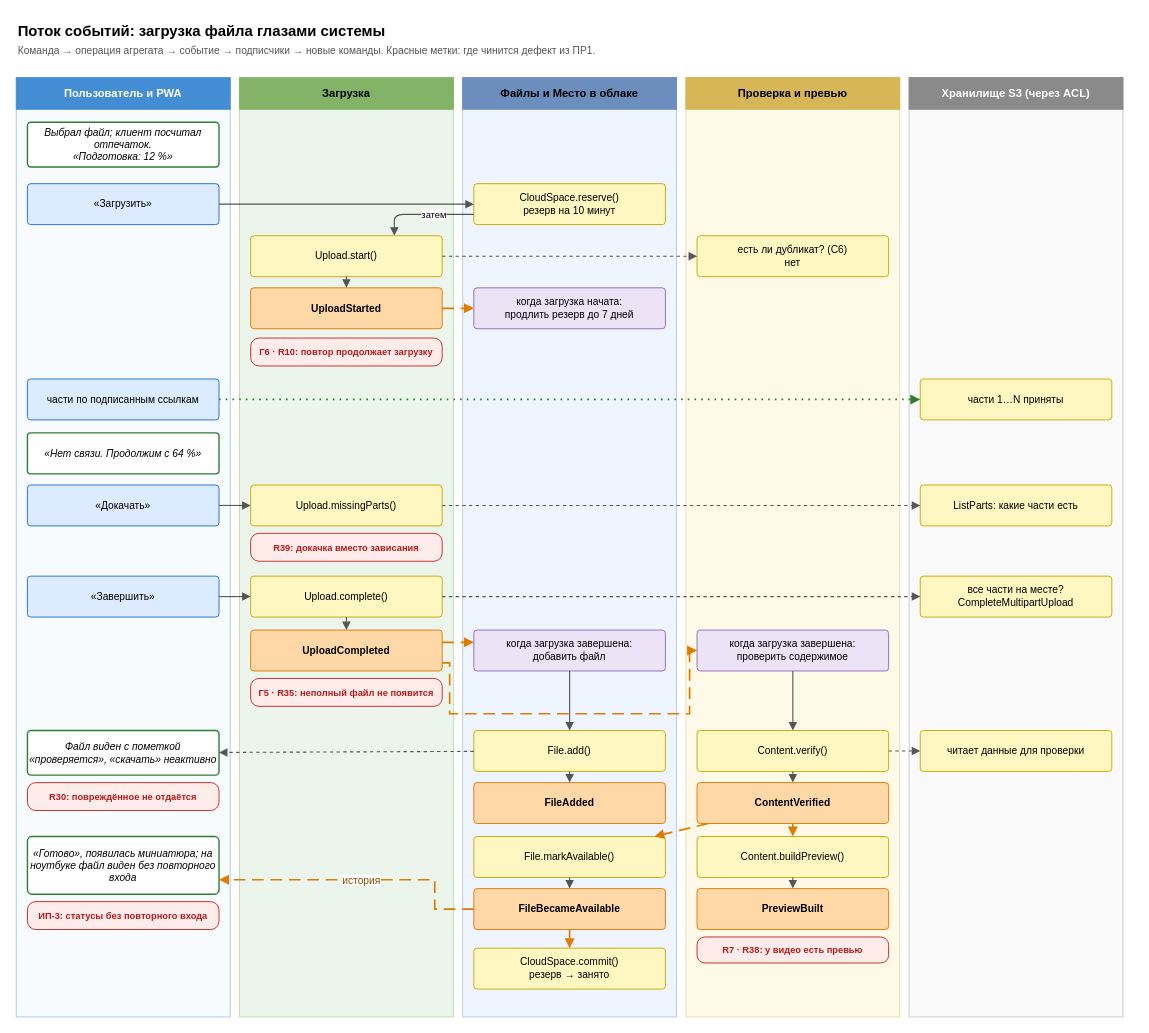
This is page "Поток событий: загрузка" (6 of 6) of docs/domain/ddd-model.drawio from NicolasRAA/minicloud, a draw.io file, before an edit. Source tidied: cells renumbered, new cells numbered last; positions are measured from the earlier drawing's top-left corner, leaving out a move shared by most shapes. Both pictures are drawn from the tidied source at 93%, with x=0, y=0 at pixel (16, 16).
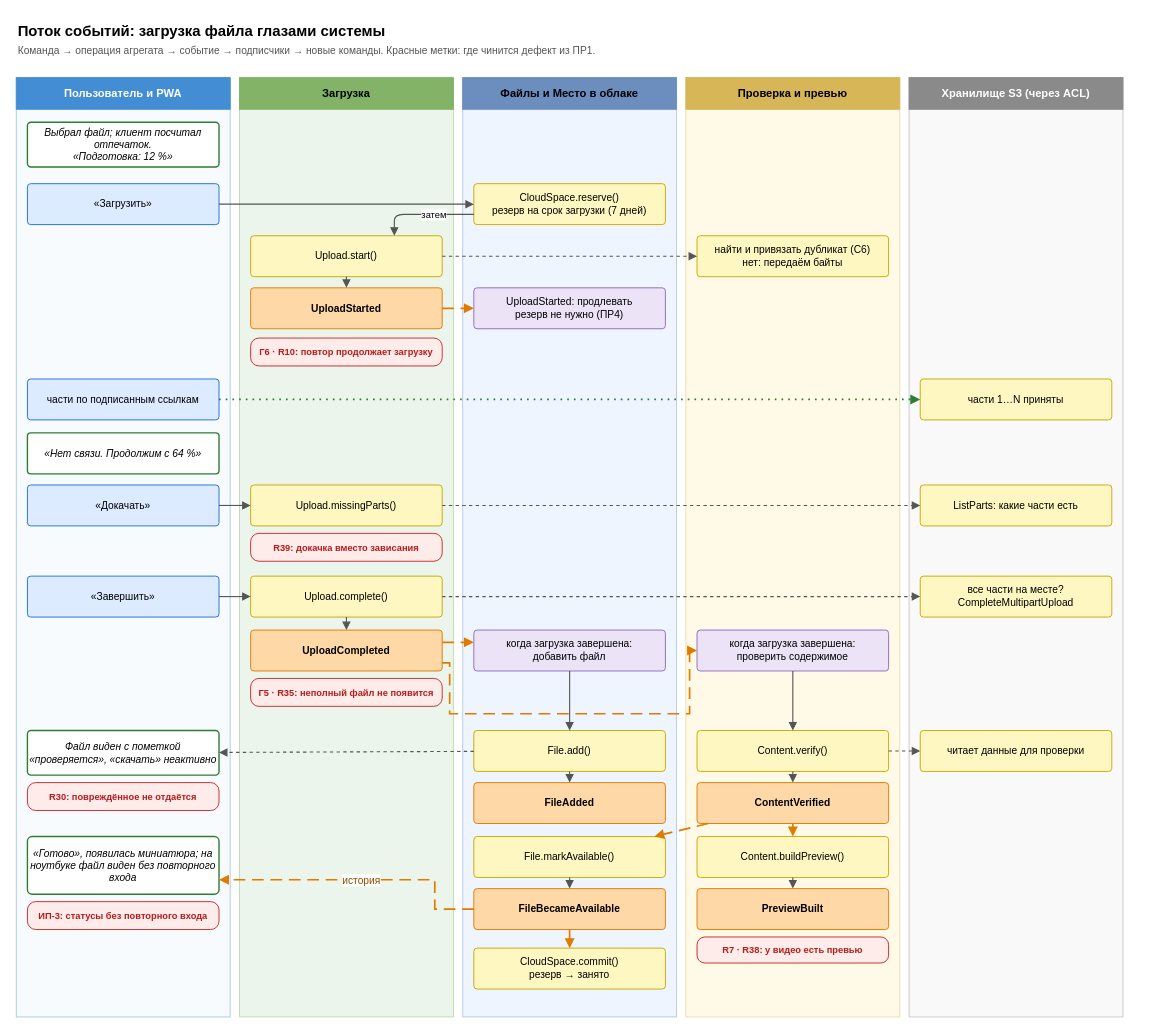
The same page after the edit.

Commit message (it also covers changes not shown here):
docs(domain): связь С6 стала командой «привязать дубликат»

Change to the diagram source:
```diff
@@
-    <mxCell id="16" value="CloudSpace.reserve()&lt;br&gt;резерв на 10 минут" style="html=1;whiteSpace=wrap;fontFamily=Helvetica;rounded=1;arcSize=8;fillColor=#FFF7C2;strokeColor=#C9A800;fontSize=11;" parent="1" vertex="1">
+    <mxCell id="16" value="CloudSpace.reserve()&lt;br&gt;резерв на срок загрузки (7 дней)" style="html=1;whiteSpace=wrap;fontFamily=Helvetica;rounded=1;arcSize=8;fillColor=#FFF7C2;strokeColor=#C9A800;fontSize=11;" parent="1" vertex="1">
       <mxGeometry x="492" y="180" width="206" height="44" as="geometry" />
     </mxCell>
@@
-    <mxCell id="18" value="есть ли дубликат? (С6)&lt;br&gt;нет" style="html=1;whiteSpace=wrap;fontFamily=Helvetica;rounded=1;arcSize=8;fillColor=#FFF7C2;strokeColor=#C9A800;fontSize=11;" parent="1" vertex="1">
+    <mxCell id="18" value="найти и привязать дубликат (С6)&lt;br&gt;нет: передаём байты" style="html=1;whiteSpace=wrap;fontFamily=Helvetica;rounded=1;arcSize=8;fillColor=#FFF7C2;strokeColor=#C9A800;fontSize=11;" parent="1" vertex="1">
       <mxGeometry x="732" y="236" width="206" height="44" as="geometry" />
     </mxCell>
@@
-    <mxCell id="20" value="когда загрузка начата:&lt;br&gt;продлить резерв до 7 дней" style="html=1;whiteSpace=wrap;fontFamily=Helvetica;rounded=1;arcSize=8;fillColor=#EDE3F7;strokeColor=#8E6BBF;fontSize=11;" parent="1" vertex="1">
+    <mxCell id="20" value="UploadStarted: продлевать&lt;br&gt;резерв не нужно (ПР4)" style="html=1;whiteSpace=wrap;fontFamily=Helvetica;rounded=1;arcSize=8;fillColor=#EDE3F7;strokeColor=#8E6BBF;fontSize=11;" parent="1" vertex="1">
       <mxGeometry x="492" y="292" width="206" height="44" as="geometry" />
     </mxCell>
```
